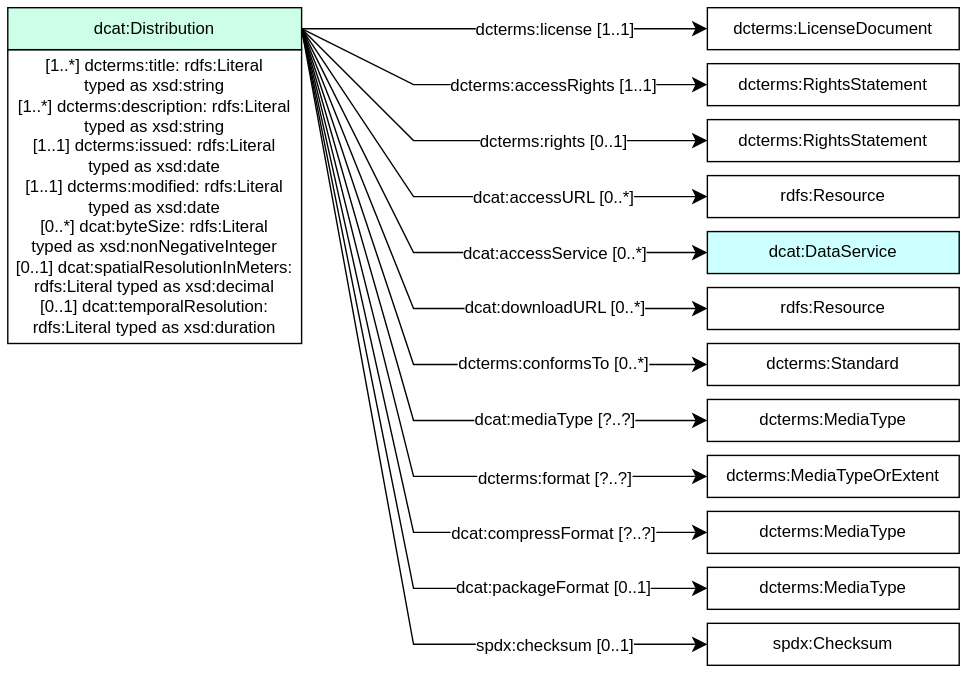
The draw.io diagram CEH-DCAT-AP/CEH-DCAT-AP_diagrams/dcat-distribution.svg in NERC-CEH/digital-objects-ontology, before a commit. Source tidied: cells renumbered, new cells last; positions are measured from the earlier drawing's top-left corner, leaving out a move shared by most shapes. The source it was exported from:
```xml
<mxGraphModel>
  <root>
    <mxCell id="0" />
    <mxCell id="1" parent="0" />
    <mxCell id="2" style="endArrow=classic;html=1;exitX=1;exitY=0.5;exitDx=0;exitDy=0;entryX=0;entryY=0.5;entryDx=0;entryDy=0;endSize=8;arcSize=0;rounded=0;" parent="1" edge="1" source="18" target="8">
      <mxGeometry relative="1" as="geometry" />
    </mxCell>
    <mxCell id="3" value="dcterms:license [1..1]" style="text;html=1;align=center;verticalAlign=middle;labelBackgroundColor=#ffffff;" parent="2" vertex="1">
      <mxGeometry x="-0.13" relative="1" as="geometry">
        <mxPoint x="53" as="offset" />
      </mxGeometry>
    </mxCell>
    <mxCell id="4" style="endArrow=classic;html=1;exitX=1;exitY=0.5;exitDx=0;exitDy=0;entryX=0;entryY=0.5;entryDx=0;entryDy=0;endSize=8;arcSize=0;rounded=0;" parent="1" edge="1" source="18" target="9">
      <mxGeometry relative="1" as="geometry">
        <Array as="points">
          <mxPoint x="290" y="55" />
        </Array>
      </mxGeometry>
    </mxCell>
    <mxCell id="5" value="dcterms:accessRights [1..1]" style="text;html=1;align=center;verticalAlign=middle;labelBackgroundColor=#ffffff;" parent="4" vertex="1">
      <mxGeometry x="-0.13" relative="1" as="geometry">
        <mxPoint x="58" as="offset" />
      </mxGeometry>
    </mxCell>
    <mxCell id="6" style="endArrow=classic;html=1;exitX=1;exitY=0.5;exitDx=0;exitDy=0;endSize=8;arcSize=0;rounded=0;entryX=0;entryY=0.5;entryDx=0;entryDy=0;" parent="1" edge="1" source="18" target="19">
      <mxGeometry relative="1" as="geometry">
        <Array as="points">
          <mxPoint x="290" y="95" />
        </Array>
      </mxGeometry>
    </mxCell>
    <mxCell id="7" value="&lt;div&gt;dcterms:rights [0..1]&lt;/div&gt;" style="text;html=1;align=center;verticalAlign=middle;labelBackgroundColor=#ffffff;" parent="6" vertex="1">
      <mxGeometry x="-0.13" relative="1" as="geometry">
        <mxPoint x="72" as="offset" />
      </mxGeometry>
    </mxCell>
    <mxCell id="8" value="dcterms:LicenseDocument" style="rounded=0;whiteSpace=wrap;html=1;snapToPoint=1;points=[[0.1,0],[0.2,0],[0.3,0],[0.4,0],[0.5,0],[0.6,0],[0.7,0],[0.8,0],[0.9,0],[0,0.1],[0,0.3],[0,0.5],[0,0.7],[0,0.9],[0.1,1],[0.2,1],[0.3,1],[0.4,1],[0.5,1],[0.6,1],[0.7,1],[0.8,1],[0.9,1],[1,0.1],[1,0.3],[1,0.5],[1,0.7],[1,0.9]];" parent="1" vertex="1">
      <mxGeometry x="500" width="180" height="30" as="geometry" />
    </mxCell>
    <mxCell id="9" value="dcterms:RightsStatement" style="rounded=0;whiteSpace=wrap;html=1;snapToPoint=1;points=[[0.1,0],[0.2,0],[0.3,0],[0.4,0],[0.5,0],[0.6,0],[0.7,0],[0.8,0],[0.9,0],[0,0.1],[0,0.3],[0,0.5],[0,0.7],[0,0.9],[0.1,1],[0.2,1],[0.3,1],[0.4,1],[0.5,1],[0.6,1],[0.7,1],[0.8,1],[0.9,1],[1,0.1],[1,0.3],[1,0.5],[1,0.7],[1,0.9]];" parent="1" vertex="1">
      <mxGeometry x="500" y="40" width="180" height="30" as="geometry" />
    </mxCell>
    <mxCell id="10" style="endArrow=classic;html=1;exitX=1;exitY=0.5;exitDx=0;exitDy=0;entryX=0;entryY=0.5;entryDx=0;entryDy=0;endSize=8;arcSize=0;rounded=0;" parent="1" edge="1" source="18" target="12">
      <mxGeometry relative="1" as="geometry">
        <Array as="points">
          <mxPoint x="290" y="135" />
        </Array>
      </mxGeometry>
    </mxCell>
    <mxCell id="11" value="&lt;div&gt;dcat:accessURL [0..*]&lt;/div&gt;" style="text;html=1;align=center;verticalAlign=middle;labelBackgroundColor=#ffffff;" parent="10" vertex="1">
      <mxGeometry x="-0.13" relative="1" as="geometry">
        <mxPoint x="89" as="offset" />
      </mxGeometry>
    </mxCell>
    <mxCell id="12" value="rdfs:Resource" style="rounded=0;whiteSpace=wrap;html=1;snapToPoint=1;points=[[0.1,0],[0.2,0],[0.3,0],[0.4,0],[0.5,0],[0.6,0],[0.7,0],[0.8,0],[0.9,0],[0,0.1],[0,0.3],[0,0.5],[0,0.7],[0,0.9],[0.1,1],[0.2,1],[0.3,1],[0.4,1],[0.5,1],[0.6,1],[0.7,1],[0.8,1],[0.9,1],[1,0.1],[1,0.3],[1,0.5],[1,0.7],[1,0.9]];" parent="1" vertex="1">
      <mxGeometry x="500" y="120" width="180" height="30" as="geometry" />
    </mxCell>
    <mxCell id="13" style="endArrow=classic;html=1;exitX=1;exitY=0.5;exitDx=0;exitDy=0;entryX=0;entryY=0.5;entryDx=0;entryDy=0;endSize=8;arcSize=0;rounded=0;" parent="1" edge="1" source="18" target="15">
      <mxGeometry relative="1" as="geometry">
        <Array as="points">
          <mxPoint x="290" y="175" />
        </Array>
      </mxGeometry>
    </mxCell>
    <mxCell id="14" value="&lt;div&gt;dcat:accessService [0..*]&lt;/div&gt;" style="text;html=1;align=center;verticalAlign=middle;labelBackgroundColor=#ffffff;" parent="13" vertex="1">
      <mxGeometry x="-0.13" relative="1" as="geometry">
        <mxPoint x="104" y="8" as="offset" />
      </mxGeometry>
    </mxCell>
    <mxCell id="15" value="dcat:DataService" style="rounded=0;whiteSpace=wrap;html=1;snapToPoint=1;points=[[0.1,0],[0.2,0],[0.3,0],[0.4,0],[0.5,0],[0.6,0],[0.7,0],[0.8,0],[0.9,0],[0,0.1],[0,0.3],[0,0.5],[0,0.7],[0,0.9],[0.1,1],[0.2,1],[0.3,1],[0.4,1],[0.5,1],[0.6,1],[0.7,1],[0.8,1],[0.9,1],[1,0.1],[1,0.3],[1,0.5],[1,0.7],[1,0.9]];fillColor=#CCFFFF;" parent="1" vertex="1">
      <mxGeometry x="500" y="160" width="180" height="30" as="geometry" />
    </mxCell>
    <mxCell id="16" style="group;" parent="1" vertex="1">
      <mxGeometry width="210" height="240" as="geometry" />
    </mxCell>
    <mxCell id="17" value="&lt;div&gt;&lt;span style=&quot;background-color: transparent; color: light-dark(rgb(0, 0, 0), rgb(255, 255, 255));&quot;&gt;[1..*] dcterms:title:&amp;nbsp;&lt;/span&gt;&lt;span style=&quot;background-color: transparent; color: light-dark(rgb(0, 0, 0), rgb(255, 255, 255));&quot;&gt;rdfs:Literal&lt;/span&gt;&lt;/div&gt;&lt;div&gt;&lt;span style=&quot;background-color: transparent; color: light-dark(rgb(0, 0, 0), rgb(255, 255, 255));&quot;&gt;typed as xsd:string&lt;/span&gt;&lt;/div&gt;&lt;div&gt;&lt;div&gt;&lt;span style=&quot;background-color: transparent; color: light-dark(rgb(0, 0, 0), rgb(255, 255, 255));&quot;&gt;[1..*] dcterms:description:&amp;nbsp;&lt;/span&gt;&lt;span style=&quot;background-color: transparent; color: light-dark(rgb(0, 0, 0), rgb(255, 255, 255));&quot;&gt;rdfs:Literal&lt;/span&gt;&lt;/div&gt;&lt;div&gt;&lt;span style=&quot;background-color: transparent; color: light-dark(rgb(0, 0, 0), rgb(255, 255, 255));&quot;&gt;typed as xsd:string&lt;/span&gt;&lt;/div&gt;&lt;/div&gt;&lt;div&gt;&lt;div&gt;[1..1] dcterms:issued:&amp;nbsp;rdfs:Literal&lt;/div&gt;&lt;div&gt;typed as xsd:date&lt;br&gt;&lt;/div&gt;&lt;div&gt;[1..1] dcterms:modified:&amp;nbsp;rdfs:Literal typed as xsd:date&lt;/div&gt;&lt;/div&gt;&lt;div&gt;[0..*] dcat:byteSize:&amp;nbsp;rdfs:Literal&lt;/div&gt;&lt;div&gt;typed as xsd:nonNegativeInteger&lt;br&gt;&lt;/div&gt;&lt;div&gt;&lt;div&gt;&lt;span style=&quot;background-color: transparent; color: light-dark(rgb(0, 0, 0), rgb(255, 255, 255));&quot;&gt;[0..1] dcat:spatialResolutionInMeters:&lt;/span&gt;&lt;/div&gt;&lt;div&gt;&lt;span style=&quot;background-color: transparent; color: light-dark(rgb(0, 0, 0), rgb(255, 255, 255));&quot;&gt;rdfs:Literal typed as xsd:decimal&lt;/span&gt;&lt;br&gt;&lt;/div&gt;&lt;div&gt;&lt;div&gt;&lt;span style=&quot;background-color: transparent; color: light-dark(rgb(0, 0, 0), rgb(255, 255, 255));&quot;&gt;[0..1] dcat:temporalResolution:&lt;/span&gt;&lt;/div&gt;&lt;div&gt;&lt;span style=&quot;background-color: transparent; color: light-dark(rgb(0, 0, 0), rgb(255, 255, 255));&quot;&gt;rdfs:Literal typed as xsd:duration&lt;/span&gt;&lt;/div&gt;&lt;/div&gt;&lt;/div&gt;" style="rounded=0;whiteSpace=wrap;html=1;" parent="16" vertex="1">
      <mxGeometry y="30" width="210" height="210" as="geometry" />
    </mxCell>
    <mxCell id="18" value="dcat:Distribution" style="rounded=0;whiteSpace=wrap;html=1;snapToPoint=1;points=[[0.1,0],[0.2,0],[0.3,0],[0.4,0],[0.5,0],[0.6,0],[0.7,0],[0.8,0],[0.9,0],[0,0.1],[0,0.3],[0,0.5],[0,0.7],[0,0.9],[0.1,1],[0.2,1],[0.3,1],[0.4,1],[0.5,1],[0.6,1],[0.7,1],[0.8,1],[0.9,1],[1,0.1],[1,0.3],[1,0.5],[1,0.7],[1,0.9]];fillColor=#CCFFE6;" parent="16" vertex="1">
      <mxGeometry width="210" height="30" as="geometry" />
    </mxCell>
    <mxCell id="19" value="dcterms:RightsStatement" style="rounded=0;whiteSpace=wrap;html=1;snapToPoint=1;points=[[0.1,0],[0.2,0],[0.3,0],[0.4,0],[0.5,0],[0.6,0],[0.7,0],[0.8,0],[0.9,0],[0,0.1],[0,0.3],[0,0.5],[0,0.7],[0,0.9],[0.1,1],[0.2,1],[0.3,1],[0.4,1],[0.5,1],[0.6,1],[0.7,1],[0.8,1],[0.9,1],[1,0.1],[1,0.3],[1,0.5],[1,0.7],[1,0.9]];" parent="1" vertex="1">
      <mxGeometry x="500" y="80" width="180" height="30" as="geometry" />
    </mxCell>
    <mxCell id="20" style="endArrow=classic;html=1;exitX=1;exitY=0.5;exitDx=0;exitDy=0;entryX=0;entryY=0.5;entryDx=0;entryDy=0;endSize=8;arcSize=0;rounded=0;" parent="1" edge="1" source="18" target="22">
      <mxGeometry relative="1" as="geometry">
        <Array as="points">
          <mxPoint x="290" y="215" />
        </Array>
      </mxGeometry>
    </mxCell>
    <mxCell id="21" value="&lt;div&gt;dcat:downloadURL [0..*]&lt;/div&gt;" style="text;html=1;align=center;verticalAlign=middle;labelBackgroundColor=#ffffff;" parent="20" vertex="1">
      <mxGeometry x="-0.13" relative="1" as="geometry">
        <mxPoint x="111" y="27" as="offset" />
      </mxGeometry>
    </mxCell>
    <mxCell id="22" value="rdfs:Resource" style="rounded=0;whiteSpace=wrap;html=1;snapToPoint=1;points=[[0.1,0],[0.2,0],[0.3,0],[0.4,0],[0.5,0],[0.6,0],[0.7,0],[0.8,0],[0.9,0],[0,0.1],[0,0.3],[0,0.5],[0,0.7],[0,0.9],[0.1,1],[0.2,1],[0.3,1],[0.4,1],[0.5,1],[0.6,1],[0.7,1],[0.8,1],[0.9,1],[1,0.1],[1,0.3],[1,0.5],[1,0.7],[1,0.9]];" parent="1" vertex="1">
      <mxGeometry x="500" y="200" width="180" height="30" as="geometry" />
    </mxCell>
    <mxCell id="23" style="endArrow=classic;html=1;exitX=1;exitY=0.5;exitDx=0;exitDy=0;entryX=0;entryY=0.5;entryDx=0;entryDy=0;endSize=8;arcSize=0;rounded=0;" parent="1" edge="1" source="18" target="25">
      <mxGeometry relative="1" as="geometry">
        <Array as="points">
          <mxPoint x="290" y="255" />
        </Array>
      </mxGeometry>
    </mxCell>
    <mxCell id="24" value="&lt;div&gt;dcterms:conformsTo [0..*]&lt;/div&gt;" style="text;html=1;align=center;verticalAlign=middle;labelBackgroundColor=#ffffff;" parent="23" vertex="1">
      <mxGeometry x="-0.13" relative="1" as="geometry">
        <mxPoint x="116" y="48" as="offset" />
      </mxGeometry>
    </mxCell>
    <mxCell id="25" value="dcterms:Standard" style="rounded=0;whiteSpace=wrap;html=1;snapToPoint=1;points=[[0.1,0],[0.2,0],[0.3,0],[0.4,0],[0.5,0],[0.6,0],[0.7,0],[0.8,0],[0.9,0],[0,0.1],[0,0.3],[0,0.5],[0,0.7],[0,0.9],[0.1,1],[0.2,1],[0.3,1],[0.4,1],[0.5,1],[0.6,1],[0.7,1],[0.8,1],[0.9,1],[1,0.1],[1,0.3],[1,0.5],[1,0.7],[1,0.9]];" parent="1" vertex="1">
      <mxGeometry x="500" y="240" width="180" height="30" as="geometry" />
    </mxCell>
    <mxCell id="26" style="endArrow=classic;html=1;exitX=1;exitY=0.5;exitDx=0;exitDy=0;endSize=8;arcSize=0;rounded=0;entryX=0;entryY=0.5;entryDx=0;entryDy=0;" parent="1" edge="1" source="18" target="28">
      <mxGeometry relative="1" as="geometry">
        <Array as="points">
          <mxPoint x="290" y="295" />
        </Array>
      </mxGeometry>
    </mxCell>
    <mxCell id="27" value="&lt;div&gt;dcat:mediaType [?..?]&lt;/div&gt;" style="text;html=1;align=center;verticalAlign=middle;labelBackgroundColor=#ffffff;" parent="26" vertex="1">
      <mxGeometry x="-0.13" relative="1" as="geometry">
        <mxPoint x="120" y="69" as="offset" />
      </mxGeometry>
    </mxCell>
    <mxCell id="28" value="dcterms:MediaType" style="rounded=0;whiteSpace=wrap;html=1;snapToPoint=1;points=[[0.1,0],[0.2,0],[0.3,0],[0.4,0],[0.5,0],[0.6,0],[0.7,0],[0.8,0],[0.9,0],[0,0.1],[0,0.3],[0,0.5],[0,0.7],[0,0.9],[0.1,1],[0.2,1],[0.3,1],[0.4,1],[0.5,1],[0.6,1],[0.7,1],[0.8,1],[0.9,1],[1,0.1],[1,0.3],[1,0.5],[1,0.7],[1,0.9]];" parent="1" vertex="1">
      <mxGeometry x="500" y="280" width="180" height="30" as="geometry" />
    </mxCell>
    <mxCell id="29" value="dcterms:MediaTypeOrExtent" style="rounded=0;whiteSpace=wrap;html=1;snapToPoint=1;points=[[0.1,0],[0.2,0],[0.3,0],[0.4,0],[0.5,0],[0.6,0],[0.7,0],[0.8,0],[0.9,0],[0,0.1],[0,0.3],[0,0.5],[0,0.7],[0,0.9],[0.1,1],[0.2,1],[0.3,1],[0.4,1],[0.5,1],[0.6,1],[0.7,1],[0.8,1],[0.9,1],[1,0.1],[1,0.3],[1,0.5],[1,0.7],[1,0.9]];" parent="1" vertex="1">
      <mxGeometry x="500" y="320" width="180" height="30" as="geometry" />
    </mxCell>
    <mxCell id="30" value="dcterms:MediaType" style="rounded=0;whiteSpace=wrap;html=1;snapToPoint=1;points=[[0.1,0],[0.2,0],[0.3,0],[0.4,0],[0.5,0],[0.6,0],[0.7,0],[0.8,0],[0.9,0],[0,0.1],[0,0.3],[0,0.5],[0,0.7],[0,0.9],[0.1,1],[0.2,1],[0.3,1],[0.4,1],[0.5,1],[0.6,1],[0.7,1],[0.8,1],[0.9,1],[1,0.1],[1,0.3],[1,0.5],[1,0.7],[1,0.9]];" parent="1" vertex="1">
      <mxGeometry x="500" y="360" width="180" height="30" as="geometry" />
    </mxCell>
    <mxCell id="31" value="dcterms:MediaType" style="rounded=0;whiteSpace=wrap;html=1;snapToPoint=1;points=[[0.1,0],[0.2,0],[0.3,0],[0.4,0],[0.5,0],[0.6,0],[0.7,0],[0.8,0],[0.9,0],[0,0.1],[0,0.3],[0,0.5],[0,0.7],[0,0.9],[0.1,1],[0.2,1],[0.3,1],[0.4,1],[0.5,1],[0.6,1],[0.7,1],[0.8,1],[0.9,1],[1,0.1],[1,0.3],[1,0.5],[1,0.7],[1,0.9]];" parent="1" vertex="1">
      <mxGeometry x="500" y="400" width="180" height="30" as="geometry" />
    </mxCell>
    <mxCell id="32" value="spdx:Checksum" style="rounded=0;whiteSpace=wrap;html=1;snapToPoint=1;points=[[0.1,0],[0.2,0],[0.3,0],[0.4,0],[0.5,0],[0.6,0],[0.7,0],[0.8,0],[0.9,0],[0,0.1],[0,0.3],[0,0.5],[0,0.7],[0,0.9],[0.1,1],[0.2,1],[0.3,1],[0.4,1],[0.5,1],[0.6,1],[0.7,1],[0.8,1],[0.9,1],[1,0.1],[1,0.3],[1,0.5],[1,0.7],[1,0.9]];" parent="1" vertex="1">
      <mxGeometry x="500" y="440" width="180" height="30" as="geometry" />
    </mxCell>
    <mxCell id="33" style="endArrow=classic;html=1;exitX=1;exitY=0.5;exitDx=0;exitDy=0;endSize=8;arcSize=0;rounded=0;entryX=0;entryY=0.5;entryDx=0;entryDy=0;" parent="1" edge="1" source="18" target="29">
      <mxGeometry relative="1" as="geometry">
        <Array as="points">
          <mxPoint x="290" y="335" />
        </Array>
      </mxGeometry>
    </mxCell>
    <mxCell id="34" value="&lt;div&gt;dcterms:format [?..?]&lt;/div&gt;" style="text;html=1;align=center;verticalAlign=middle;labelBackgroundColor=#ffffff;" parent="33" vertex="1">
      <mxGeometry x="-0.13" relative="1" as="geometry">
        <mxPoint x="123" y="93" as="offset" />
      </mxGeometry>
    </mxCell>
    <mxCell id="35" style="endArrow=classic;html=1;exitX=1;exitY=0.5;exitDx=0;exitDy=0;endSize=8;arcSize=0;rounded=0;entryX=0;entryY=0.5;entryDx=0;entryDy=0;" parent="1" edge="1" source="18" target="30">
      <mxGeometry relative="1" as="geometry">
        <Array as="points">
          <mxPoint x="290" y="375" />
        </Array>
      </mxGeometry>
    </mxCell>
    <mxCell id="36" value="&lt;div&gt;dcat:compressFormat [?..?]&lt;/div&gt;" style="text;html=1;align=center;verticalAlign=middle;labelBackgroundColor=#ffffff;" parent="35" vertex="1">
      <mxGeometry x="-0.13" relative="1" as="geometry">
        <mxPoint x="125" y="114" as="offset" />
      </mxGeometry>
    </mxCell>
    <mxCell id="37" style="endArrow=classic;html=1;exitX=1;exitY=0.5;exitDx=0;exitDy=0;endSize=8;arcSize=0;rounded=0;entryX=0;entryY=0.5;entryDx=0;entryDy=0;" parent="1" edge="1" source="18" target="31">
      <mxGeometry relative="1" as="geometry">
        <Array as="points">
          <mxPoint x="290" y="415" />
        </Array>
      </mxGeometry>
    </mxCell>
    <mxCell id="38" value="&lt;div&gt;dcat:packageFormat [0..1]&lt;/div&gt;" style="text;html=1;align=center;verticalAlign=middle;labelBackgroundColor=#ffffff;" parent="37" vertex="1">
      <mxGeometry x="-0.13" relative="1" as="geometry">
        <mxPoint x="127" y="135" as="offset" />
      </mxGeometry>
    </mxCell>
    <mxCell id="39" style="endArrow=classic;html=1;exitX=1;exitY=0.5;exitDx=0;exitDy=0;endSize=8;arcSize=0;rounded=0;entryX=0;entryY=0.5;entryDx=0;entryDy=0;" parent="1" edge="1" source="18" target="32">
      <mxGeometry relative="1" as="geometry">
        <Array as="points">
          <mxPoint x="290" y="455" />
        </Array>
      </mxGeometry>
    </mxCell>
    <mxCell id="40" value="&lt;div&gt;spdx:checksum [0..1]&lt;/div&gt;" style="text;html=1;align=center;verticalAlign=middle;labelBackgroundColor=#ffffff;" parent="39" vertex="1">
      <mxGeometry x="-0.13" relative="1" as="geometry">
        <mxPoint x="129" y="158" as="offset" />
      </mxGeometry>
    </mxCell>
  </root>
</mxGraphModel>
```
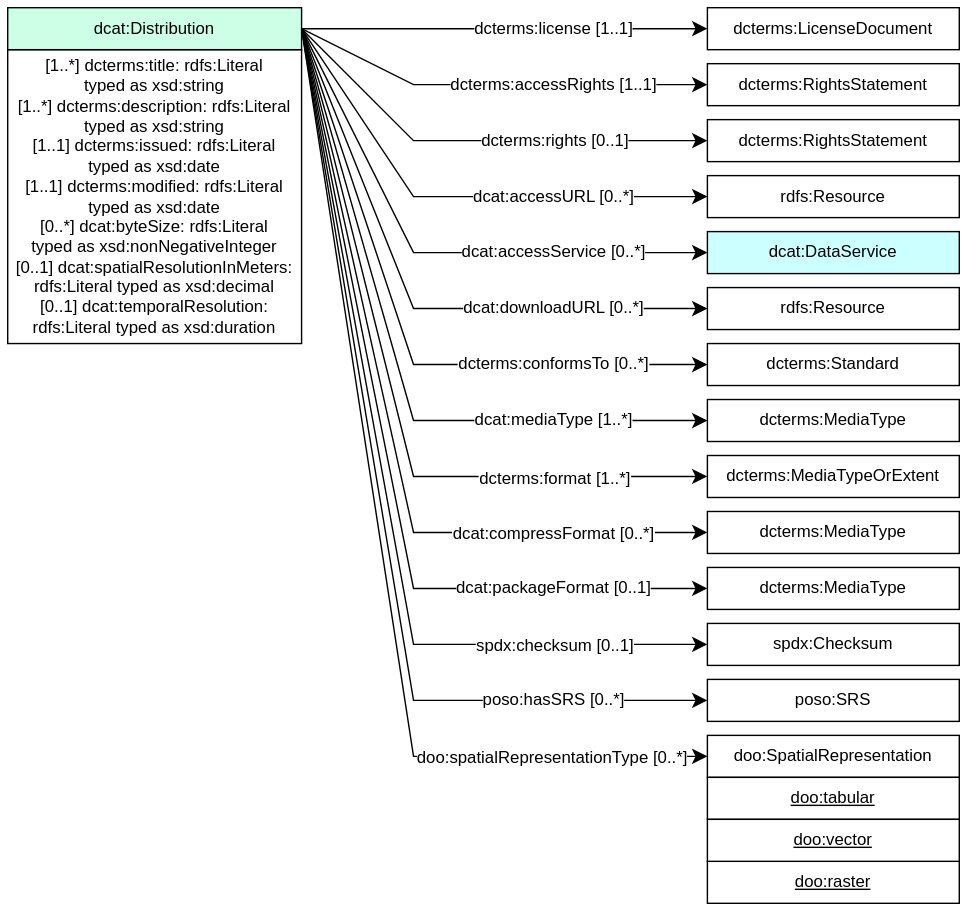
The same file after the commit.

What changed in the source:
```diff
@@ -119,7 +119,7 @@
         </Array>
       </mxGeometry>
     </mxCell>
-    <mxCell id="27" value="&lt;div&gt;dcat:mediaType [?..?]&lt;/div&gt;" style="text;html=1;align=center;verticalAlign=middle;labelBackgroundColor=#ffffff;" parent="26" vertex="1">
+    <mxCell id="27" value="&lt;div&gt;dcat:mediaType [1..*]&lt;/div&gt;" style="text;html=1;align=center;verticalAlign=middle;labelBackgroundColor=#ffffff;" parent="26" vertex="1">
       <mxGeometry x="-0.13" relative="1" as="geometry">
         <mxPoint x="120" y="69" as="offset" />
       </mxGeometry>
@@ -146,7 +146,7 @@
         </Array>
       </mxGeometry>
     </mxCell>
-    <mxCell id="34" value="&lt;div&gt;dcterms:format [?..?]&lt;/div&gt;" style="text;html=1;align=center;verticalAlign=middle;labelBackgroundColor=#ffffff;" parent="33" vertex="1">
+    <mxCell id="34" value="&lt;div&gt;dcterms:format [1..*]&lt;/div&gt;" style="text;html=1;align=center;verticalAlign=middle;labelBackgroundColor=#ffffff;" parent="33" vertex="1">
       <mxGeometry x="-0.13" relative="1" as="geometry">
         <mxPoint x="123" y="93" as="offset" />
       </mxGeometry>
@@ -158,7 +158,7 @@
         </Array>
       </mxGeometry>
     </mxCell>
-    <mxCell id="36" value="&lt;div&gt;dcat:compressFormat [?..?]&lt;/div&gt;" style="text;html=1;align=center;verticalAlign=middle;labelBackgroundColor=#ffffff;" parent="35" vertex="1">
+    <mxCell id="36" value="&lt;div&gt;dcat:compressFormat [0..*]&lt;/div&gt;" style="text;html=1;align=center;verticalAlign=middle;labelBackgroundColor=#ffffff;" parent="35" vertex="1">
       <mxGeometry x="-0.13" relative="1" as="geometry">
         <mxPoint x="125" y="114" as="offset" />
       </mxGeometry>
@@ -187,5 +187,44 @@
         <mxPoint x="129" y="158" as="offset" />
       </mxGeometry>
     </mxCell>
+    <mxCell id="41" style="endArrow=classic;html=1;exitX=1;exitY=0.5;exitDx=0;exitDy=0;entryX=0;entryY=0.5;entryDx=0;entryDy=0;endSize=8;arcSize=0;rounded=0;" parent="1" edge="1" source="18" target="43">
+      <mxGeometry relative="1" as="geometry">
+        <Array as="points">
+          <mxPoint x="290" y="495" />
+        </Array>
+      </mxGeometry>
+    </mxCell>
+    <mxCell id="42" value="&lt;div&gt;poso:hasSRS [0..*]&lt;/div&gt;" style="text;html=1;align=center;verticalAlign=middle;labelBackgroundColor=#ffffff;" parent="41" vertex="1">
+      <mxGeometry x="-0.13" relative="1" as="geometry">
+        <mxPoint x="130" y="180" as="offset" />
+      </mxGeometry>
+    </mxCell>
+    <mxCell id="43" value="poso:SRS" style="rounded=0;whiteSpace=wrap;html=1;snapToPoint=1;points=[[0.1,0],[0.2,0],[0.3,0],[0.4,0],[0.5,0],[0.6,0],[0.7,0],[0.8,0],[0.9,0],[0,0.1],[0,0.3],[0,0.5],[0,0.7],[0,0.9],[0.1,1],[0.2,1],[0.3,1],[0.4,1],[0.5,1],[0.6,1],[0.7,1],[0.8,1],[0.9,1],[1,0.1],[1,0.3],[1,0.5],[1,0.7],[1,0.9]];" parent="1" vertex="1">
+      <mxGeometry x="500" y="480" width="180" height="30" as="geometry" />
+    </mxCell>
+    <mxCell id="44" style="endArrow=classic;html=1;exitX=1;exitY=0.5;exitDx=0;exitDy=0;entryX=0;entryY=0.5;entryDx=0;entryDy=0;endSize=8;arcSize=0;rounded=0;" parent="1" edge="1" source="18" target="46">
+      <mxGeometry relative="1" as="geometry">
+        <Array as="points">
+          <mxPoint x="290" y="535" />
+        </Array>
+      </mxGeometry>
+    </mxCell>
+    <mxCell id="45" value="&lt;div&gt;doo:spatialRepresentationType [0..*]&lt;/div&gt;" style="text;html=1;align=center;verticalAlign=middle;labelBackgroundColor=#ffffff;" parent="44" vertex="1">
+      <mxGeometry x="-0.13" relative="1" as="geometry">
+        <mxPoint x="130" y="203" as="offset" />
+      </mxGeometry>
+    </mxCell>
+    <mxCell id="46" value="doo:SpatialRepresentation" style="rounded=0;whiteSpace=wrap;html=1;snapToPoint=1;points=[[0.1,0],[0.2,0],[0.3,0],[0.4,0],[0.5,0],[0.6,0],[0.7,0],[0.8,0],[0.9,0],[0,0.1],[0,0.3],[0,0.5],[0,0.7],[0,0.9],[0.1,1],[0.2,1],[0.3,1],[0.4,1],[0.5,1],[0.6,1],[0.7,1],[0.8,1],[0.9,1],[1,0.1],[1,0.3],[1,0.5],[1,0.7],[1,0.9]];" parent="1" vertex="1">
+      <mxGeometry x="500" y="520" width="180" height="30" as="geometry" />
+    </mxCell>
+    <mxCell id="47" value="&lt;u&gt;doo:tabular&lt;/u&gt;" style="rounded=0;whiteSpace=wrap;html=1;" parent="1" vertex="1">
+      <mxGeometry x="500" y="550" width="180" height="30" as="geometry" />
+    </mxCell>
+    <mxCell id="48" value="&lt;div&gt;&lt;u&gt;doo:raster&lt;/u&gt;&lt;/div&gt;" style="rounded=0;whiteSpace=wrap;html=1;" parent="1" vertex="1">
+      <mxGeometry x="500" y="610" width="180" height="30" as="geometry" />
+    </mxCell>
+    <mxCell id="49" value="&lt;div&gt;&lt;u&gt;doo:vector&lt;/u&gt;&lt;/div&gt;" style="rounded=0;whiteSpace=wrap;html=1;" parent="1" vertex="1">
+      <mxGeometry x="500" y="580" width="180" height="30" as="geometry" />
+    </mxCell>
   </root>
 </mxGraphModel>
```
